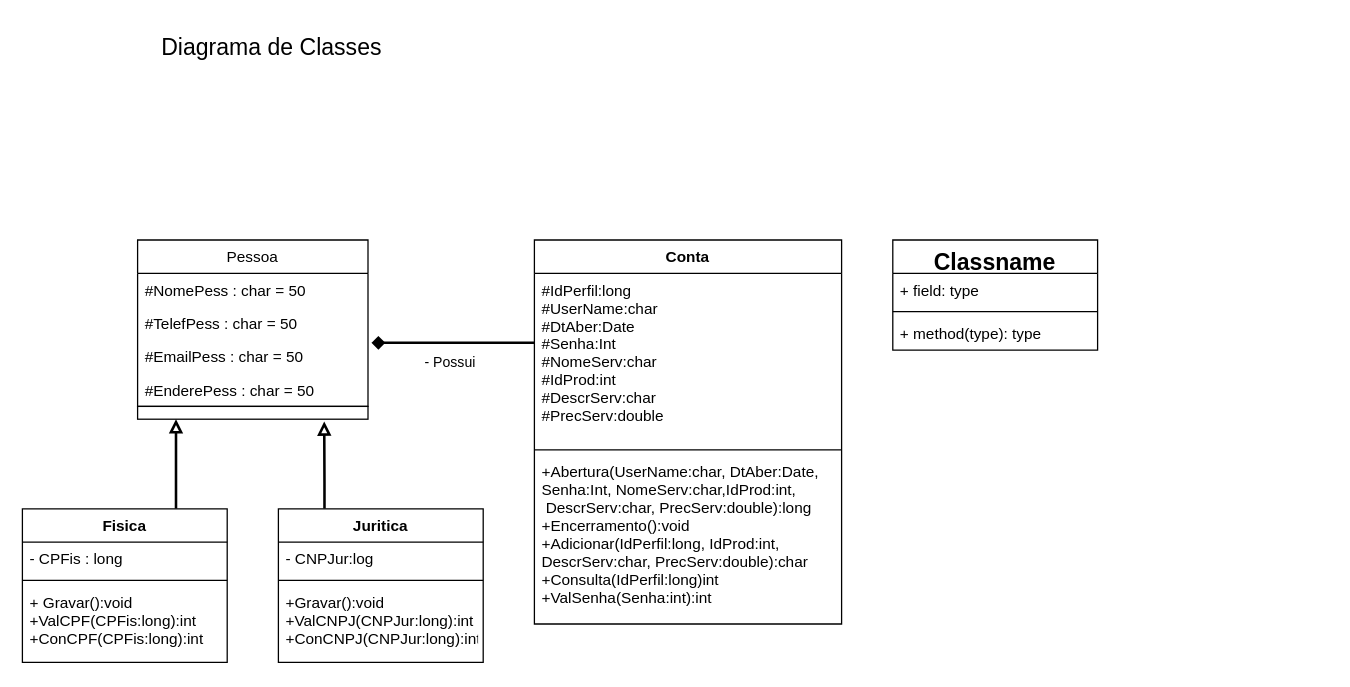
Before: page "Estrutural - Diagrama de Classes" (3 of 5) of Untitled Diagram.drawio in ThairlanAnjos/research, a draw.io diagram. Source tidied: cells renumbered, new cells numbered last; positions are measured from the earlier drawing's top-left corner, leaving out a move shared by most shapes. Both pictures are drawn from the tidied source at 128%, with x=0, y=0 at pixel (22, 22).
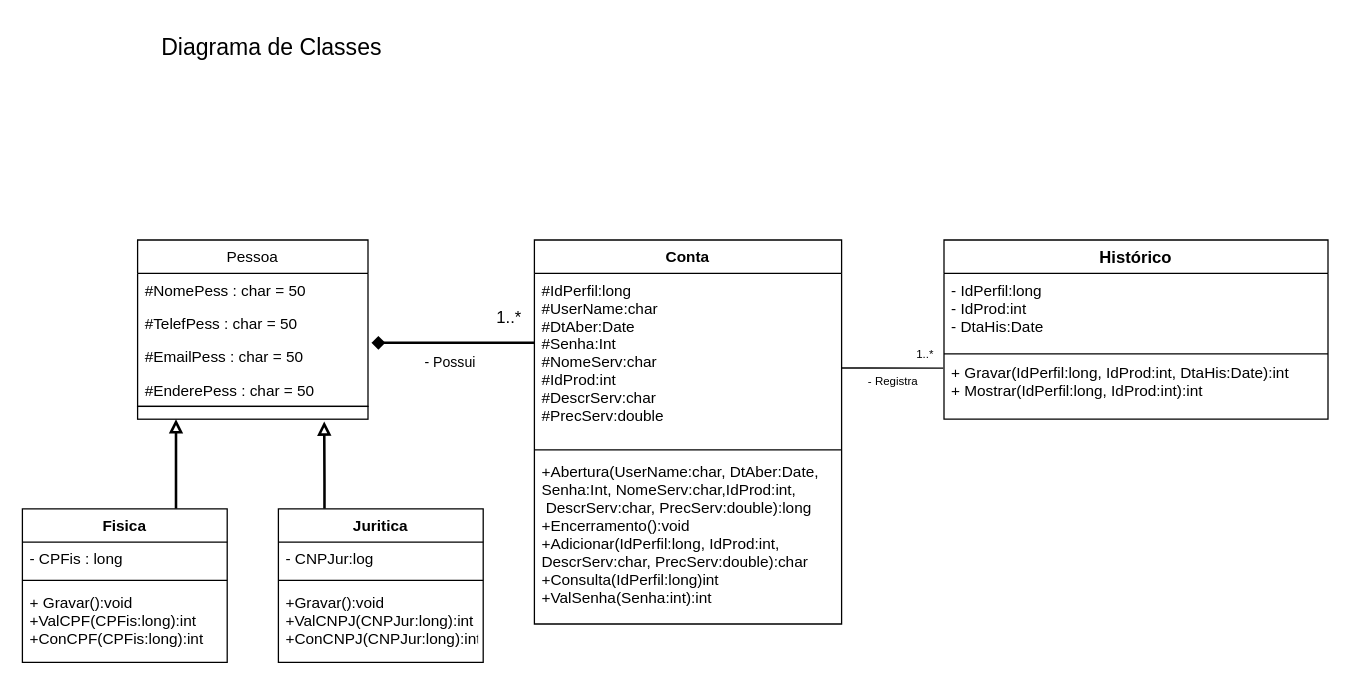
The same page after the edit.

Unchanged cells that the change refers to:
```xml
<mxCell id="20" value="#IdPerfil:long&#10;#UserName:char&#10;#DtAber:Date&#10;#Senha:Int&#10;#NomeServ:char&#10;#IdProd:int&#10;#DescrServ:char&#10;#PrecServ:double" style="text;strokeColor=none;fillColor=none;align=left;verticalAlign=top;spacingLeft=4;spacingRight=4;overflow=hidden;points=[[0,0.5],[1,0.5]];portConstraint=eastwest;" parent="19" vertex="1">
  <mxGeometry y="26" width="240" height="134" as="geometry" />
</mxCell>
```

Change to the diagram source:
```diff
@@
-    <mxCell id="24" value="Classname" style="swimlane;fontStyle=1;align=center;verticalAlign=top;horizontal=1;startSize=26;shadow=0;fontSize=18;" parent="1" vertex="1">
-      <mxGeometry x="680" y="170" width="160" height="86" as="geometry" />
+    <mxCell id="24" value="Histórico" style="swimlane;fontStyle=1;align=center;verticalAlign=middle;horizontal=1;startSize=26;shadow=0;fontSize=13;" parent="1" vertex="1">
+      <mxGeometry x="720" y="170" width="300" height="140" as="geometry" />
     </mxCell>
-    <mxCell id="25" value="+ field: type" style="text;strokeColor=none;fillColor=none;align=left;verticalAlign=top;spacingLeft=4;spacingRight=4;overflow=hidden;" parent="24" vertex="1">
-      <mxGeometry y="26" width="160" height="26" as="geometry" />
+    <mxCell id="25" value="- IdPerfil:long&#10;- IdProd:int&#10;- DtaHis:Date&#10;" style="text;strokeColor=none;fillColor=none;align=left;verticalAlign=top;spacingLeft=4;spacingRight=4;overflow=hidden;" parent="24" vertex="1">
+      <mxGeometry y="26" width="300" height="62" as="geometry" />
     </mxCell>
     <mxCell id="26" style="line;strokeWidth=1;fillColor=none;align=left;verticalAlign=middle;spacingTop=-1;spacingLeft=3;spacingRight=3;labelPosition=right;" parent="24" vertex="1">
-      <mxGeometry y="52" width="160" height="8" as="geometry" />
+      <mxGeometry y="88" width="300" height="2" as="geometry" />
     </mxCell>
-    <mxCell id="27" value="+ method(type): type" style="text;strokeColor=none;fillColor=none;align=left;verticalAlign=top;spacingLeft=4;spacingRight=4;overflow=hidden;points=[[0,0.5],[1,0.5]];portConstraint=eastwest;" parent="24" vertex="1">
-      <mxGeometry y="60" width="160" height="26" as="geometry" />
+    <mxCell id="27" value="+ Gravar(IdPerfil:long, IdProd:int, DtaHis:Date):int&#10;+ Mostrar(IdPerfil:long, IdProd:int):int" style="text;strokeColor=none;fillColor=none;align=left;verticalAlign=top;spacingLeft=4;spacingRight=4;overflow=hidden;points=[[0,0.5],[1,0.5]];portConstraint=eastwest;" parent="24" vertex="1">
+      <mxGeometry y="90" width="300" height="50" as="geometry" />
     </mxCell>
+    <mxCell id="28" value="1..*" style="text;html=1;align=center;verticalAlign=middle;strokeColor=none;fontSize=13;" parent="1" vertex="1">
+      <mxGeometry x="360" y="220" width="40" height="20" as="geometry" />
+    </mxCell>
+    <mxCell id="29" style="edgeStyle=orthogonalEdgeStyle;rounded=0;jettySize=auto;html=1;fontSize=13;endArrow=none;endFill=0;entryX=-0.002;entryY=0.202;entryDx=0;entryDy=0;entryPerimeter=0;" parent="1" edge="1" source="20" target="27">
+      <mxGeometry relative="1" as="geometry">
+        <Array as="points">
+          <mxPoint x="660" y="270" />
+          <mxPoint x="660" y="270" />
+        </Array>
+      </mxGeometry>
+    </mxCell>
+    <mxCell id="30" value="- Registra" style="edgeLabel;html=1;align=center;verticalAlign=middle;fontSize=9;" parent="29" vertex="1">
+      <mxGeometry x="0.16" relative="1" as="geometry">
+        <mxPoint x="-6" y="10" as="offset" />
+      </mxGeometry>
+    </mxCell>
+    <mxCell id="31" value="1..*" style="text;html=1;align=center;verticalAlign=middle;strokeColor=none;fontSize=9;" parent="1" vertex="1">
+      <mxGeometry x="690" y="250" width="30" height="20" as="geometry" />
+    </mxCell>
```
